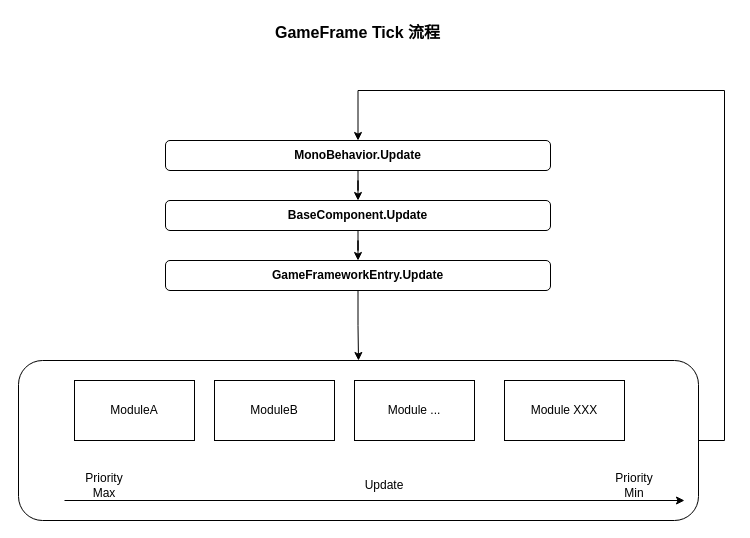
Earlier version of the draw.io diagram 未命名绘图.drawio (alex520lq/LearnDoc). Source tidied: cells renumbered, new cells numbered last; positions are measured from the earlier drawing's top-left corner, leaving out a move shared by most shapes. Both pictures are drawn from the tidied source at 100%, with x=0, y=0 at pixel (18, 17).
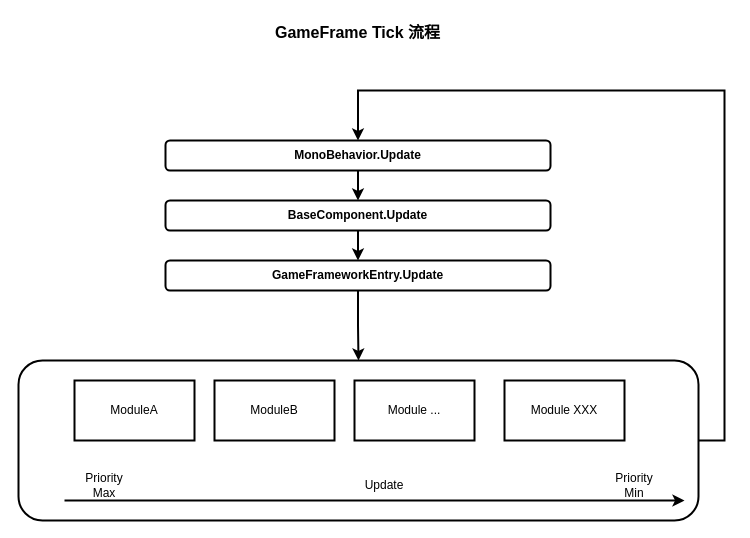
The same page after the edit.

Commit message:
更新未命名绘图.drawio

The edit, as a diff of the source:
```diff
@@
-    <mxCell id="2" value="GameFrame Tick 流程" style="text;html=1;strokeColor=none;fillColor=none;align=center;verticalAlign=middle;whiteSpace=wrap;rounded=1;labelBackgroundColor=none;fontStyle=1;fontSize=16;" parent="1" vertex="1">
+    <mxCell id="2" value="GameFrame Tick 流程" style="text;html=1;align=center;verticalAlign=middle;whiteSpace=wrap;rounded=1;labelBackgroundColor=none;fontStyle=1;fontSize=16;strokeWidth=2;" parent="1" vertex="1">
       <mxGeometry x="242" width="195" height="30" as="geometry" />
     </mxCell>
-    <mxCell id="3" style="edgeStyle=orthogonalEdgeStyle;rounded=0;jettySize=auto;html=1;entryX=0.5;entryY=0;entryDx=0;entryDy=0;labelBackgroundColor=none;fontColor=default;" parent="1" edge="1" source="4" target="6">
+    <mxCell id="3" style="edgeStyle=orthogonalEdgeStyle;rounded=0;jettySize=auto;html=1;entryX=0.5;entryY=0;entryDx=0;entryDy=0;labelBackgroundColor=none;fontColor=default;strokeWidth=2;" parent="1" edge="1" source="4" target="6">
       <mxGeometry relative="1" as="geometry" />
     </mxCell>
-    <mxCell id="4" value="MonoBehavior.Update" style="rounded=1;whiteSpace=wrap;html=1;labelBackgroundColor=none;fillColor=none;fontStyle=1;" parent="1" vertex="1">
+    <mxCell id="4" value="MonoBehavior.Update" style="rounded=1;whiteSpace=wrap;html=1;labelBackgroundColor=none;fontStyle=1;strokeWidth=2;" parent="1" vertex="1">
       <mxGeometry x="147" y="123" width="385" height="30" as="geometry" />
     </mxCell>
-    <mxCell id="5" style="edgeStyle=orthogonalEdgeStyle;rounded=0;jettySize=auto;html=1;labelBackgroundColor=none;fontColor=default;" parent="1" edge="1" source="6" target="8">
+    <mxCell id="5" style="edgeStyle=orthogonalEdgeStyle;rounded=0;jettySize=auto;html=1;labelBackgroundColor=none;fontColor=default;strokeWidth=2;" parent="1" edge="1" source="6" target="8">
       <mxGeometry relative="1" as="geometry" />
     </mxCell>
-    <mxCell id="6" value="BaseComponent.Update" style="rounded=1;whiteSpace=wrap;html=1;labelBackgroundColor=none;fillColor=none;fontStyle=1;" parent="1" vertex="1">
+    <mxCell id="6" value="BaseComponent.Update" style="rounded=1;whiteSpace=wrap;html=1;labelBackgroundColor=none;fontStyle=1;strokeWidth=2;" parent="1" vertex="1">
       <mxGeometry x="147" y="183" width="385" height="30" as="geometry" />
     </mxCell>
-    <mxCell id="7" style="edgeStyle=orthogonalEdgeStyle;rounded=0;jettySize=auto;html=1;entryX=0.5;entryY=0;entryDx=0;entryDy=0;labelBackgroundColor=none;fontColor=default;" parent="1" edge="1" source="8" target="9">
+    <mxCell id="7" style="edgeStyle=orthogonalEdgeStyle;rounded=0;jettySize=auto;html=1;entryX=0.5;entryY=0;entryDx=0;entryDy=0;labelBackgroundColor=none;fontColor=default;strokeWidth=2;" parent="1" edge="1" source="8" target="9">
       <mxGeometry relative="1" as="geometry" />
     </mxCell>
-    <mxCell id="8" value="GameFrameworkEntry.Update" style="rounded=1;whiteSpace=wrap;html=1;labelBackgroundColor=none;fillColor=none;fontStyle=1;" parent="1" vertex="1">
+    <mxCell id="8" value="GameFrameworkEntry.Update" style="rounded=1;whiteSpace=wrap;html=1;labelBackgroundColor=none;fontStyle=1;strokeWidth=2;" parent="1" vertex="1">
       <mxGeometry x="147" y="243" width="385" height="30" as="geometry" />
     </mxCell>
-    <mxCell id="9" style="rounded=1;whiteSpace=wrap;html=1;labelBackgroundColor=none;fillColor=none;fontStyle=1;" parent="1" vertex="1">
+    <mxCell id="9" style="rounded=1;whiteSpace=wrap;html=1;labelBackgroundColor=none;fontStyle=1;strokeWidth=2;" parent="1" vertex="1">
       <mxGeometry y="343" width="680" height="160" as="geometry" />
     </mxCell>
-    <mxCell id="10" value="ModuleA" style="rounded=0;whiteSpace=wrap;html=1;labelBackgroundColor=none;" parent="1" vertex="1">
+    <mxCell id="10" value="ModuleA" style="rounded=0;whiteSpace=wrap;html=1;labelBackgroundColor=none;strokeWidth=2;" parent="1" vertex="1">
       <mxGeometry x="56" y="363" width="120" height="60" as="geometry" />
     </mxCell>
-    <mxCell id="11" value="ModuleB" style="rounded=0;whiteSpace=wrap;html=1;labelBackgroundColor=none;" parent="1" vertex="1">
+    <mxCell id="11" value="ModuleB" style="rounded=0;whiteSpace=wrap;html=1;labelBackgroundColor=none;strokeWidth=2;" parent="1" vertex="1">
       <mxGeometry x="196" y="363" width="120" height="60" as="geometry" />
     </mxCell>
-    <mxCell id="12" value="Module ..." style="rounded=0;whiteSpace=wrap;html=1;labelBackgroundColor=none;" parent="1" vertex="1">
+    <mxCell id="12" value="Module ..." style="rounded=0;whiteSpace=wrap;html=1;labelBackgroundColor=none;strokeWidth=2;" parent="1" vertex="1">
       <mxGeometry x="336" y="363" width="120" height="60" as="geometry" />
     </mxCell>
-    <mxCell id="13" value="Module XXX" style="rounded=0;whiteSpace=wrap;html=1;labelBackgroundColor=none;" parent="1" vertex="1">
+    <mxCell id="13" value="Module XXX" style="rounded=0;whiteSpace=wrap;html=1;labelBackgroundColor=none;strokeWidth=2;" parent="1" vertex="1">
       <mxGeometry x="486" y="363" width="120" height="60" as="geometry" />
     </mxCell>
-    <mxCell id="14" style="group;labelBackgroundColor=none;" parent="1" vertex="1">
+    <mxCell id="14" style="group;labelBackgroundColor=none;strokeWidth=2;" parent="1" vertex="1">
       <mxGeometry x="46" y="453" width="620" height="30" as="geometry" />
     </mxCell>
-    <mxCell id="15" style="endArrow=classic;html=1;rounded=0;labelBackgroundColor=none;fontColor=default;" parent="14" edge="1">
+    <mxCell id="15" style="endArrow=classic;html=1;rounded=0;labelBackgroundColor=none;fontColor=default;strokeWidth=2;" parent="14" edge="1">
       <mxGeometry relative="1" as="geometry">
         <mxPoint y="30" as="sourcePoint" />
         <mxPoint x="620" y="30" as="targetPoint" />
       </mxGeometry>
     </mxCell>
-    <mxCell id="16" value="Update" style="text;html=1;strokeColor=none;fillColor=none;align=center;verticalAlign=middle;whiteSpace=wrap;rounded=0;labelBackgroundColor=none;" parent="14" vertex="1">
+    <mxCell id="16" value="Update" style="text;html=1;align=center;verticalAlign=middle;whiteSpace=wrap;rounded=0;labelBackgroundColor=none;strokeWidth=2;" parent="14" vertex="1">
       <mxGeometry x="290" width="60" height="30" as="geometry" />
     </mxCell>
-    <mxCell id="17" value="Priority Max" style="text;html=1;strokeColor=none;fillColor=none;align=center;verticalAlign=middle;whiteSpace=wrap;rounded=0;labelBackgroundColor=none;" parent="14" vertex="1">
+    <mxCell id="17" value="Priority Max" style="text;html=1;align=center;verticalAlign=middle;whiteSpace=wrap;rounded=0;labelBackgroundColor=none;strokeWidth=2;" parent="14" vertex="1">
       <mxGeometry x="10" width="60" height="30" as="geometry" />
     </mxCell>
-    <mxCell id="18" value="Priority Min" style="text;html=1;strokeColor=none;fillColor=none;align=center;verticalAlign=middle;whiteSpace=wrap;rounded=0;labelBackgroundColor=none;" parent="14" vertex="1">
+    <mxCell id="18" value="Priority Min" style="text;html=1;align=center;verticalAlign=middle;whiteSpace=wrap;rounded=0;labelBackgroundColor=none;strokeWidth=2;" parent="14" vertex="1">
       <mxGeometry x="540" width="60" height="30" as="geometry" />
     </mxCell>
-    <mxCell id="19" style="edgeStyle=orthogonalEdgeStyle;rounded=0;jettySize=auto;html=1;exitX=1;exitY=0.5;exitDx=0;exitDy=0;entryX=0.5;entryY=0;entryDx=0;entryDy=0;labelBackgroundColor=none;fontColor=default;" parent="1" edge="1" source="9" target="4">
+    <mxCell id="19" style="edgeStyle=orthogonalEdgeStyle;rounded=0;jettySize=auto;html=1;exitX=1;exitY=0.5;exitDx=0;exitDy=0;entryX=0.5;entryY=0;entryDx=0;entryDy=0;labelBackgroundColor=none;fontColor=default;strokeWidth=2;" parent="1" edge="1" source="9" target="4">
       <mxGeometry relative="1" as="geometry">
         <Array as="points">
           <mxPoint x="706" y="73" />
           <mxPoint x="340" y="73" />
         </Array>
       </mxGeometry>
     </mxCell>
```
